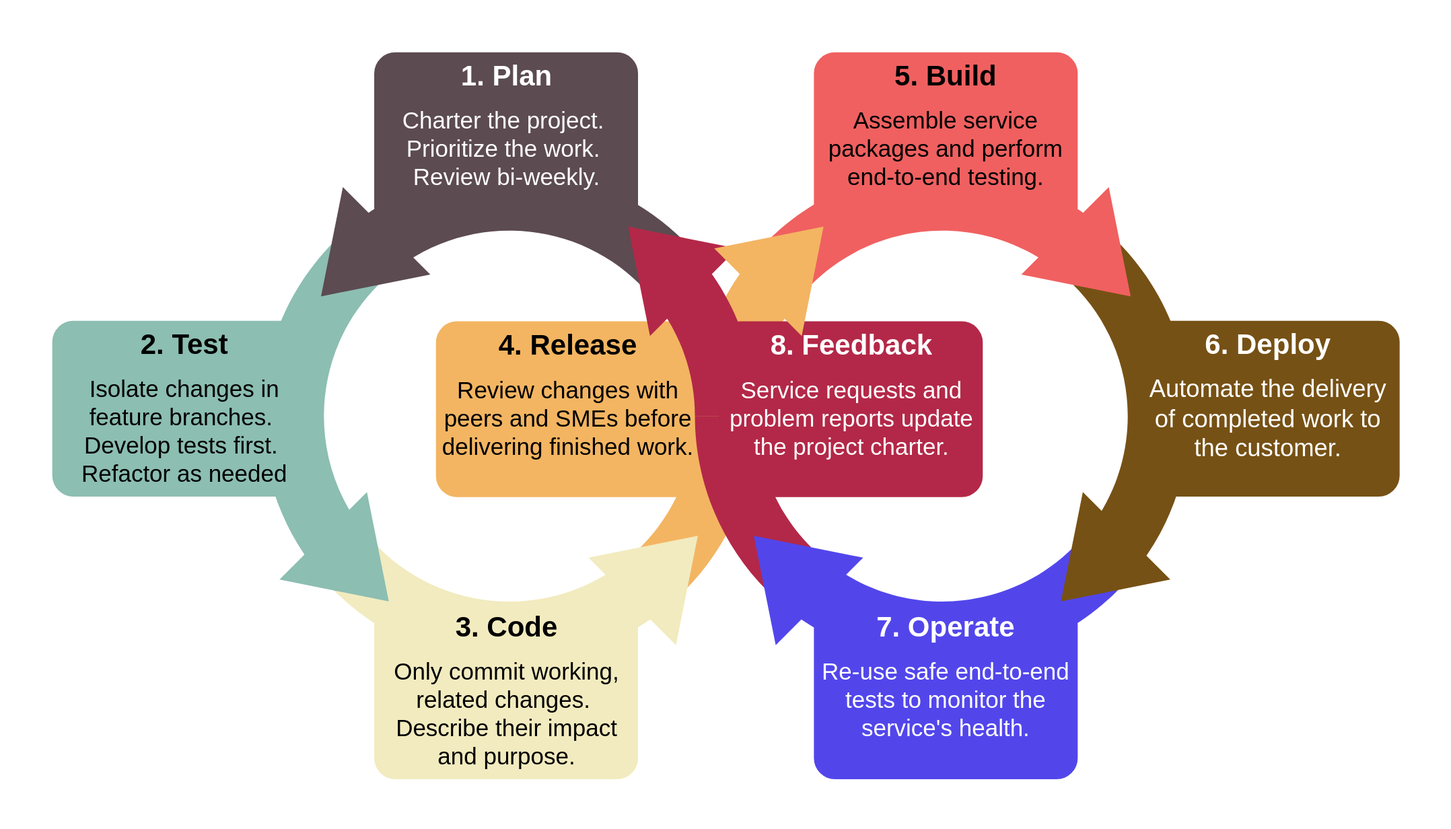
Before: docs/_static/devops-process.svg, a diagram exported from draw.io (ResearchDataCom/good-devops-practice). Source tidied: cells renumbered, new cells last; positions are measured from the earlier drawing's top-left corner, leaving out a move shared by most shapes.
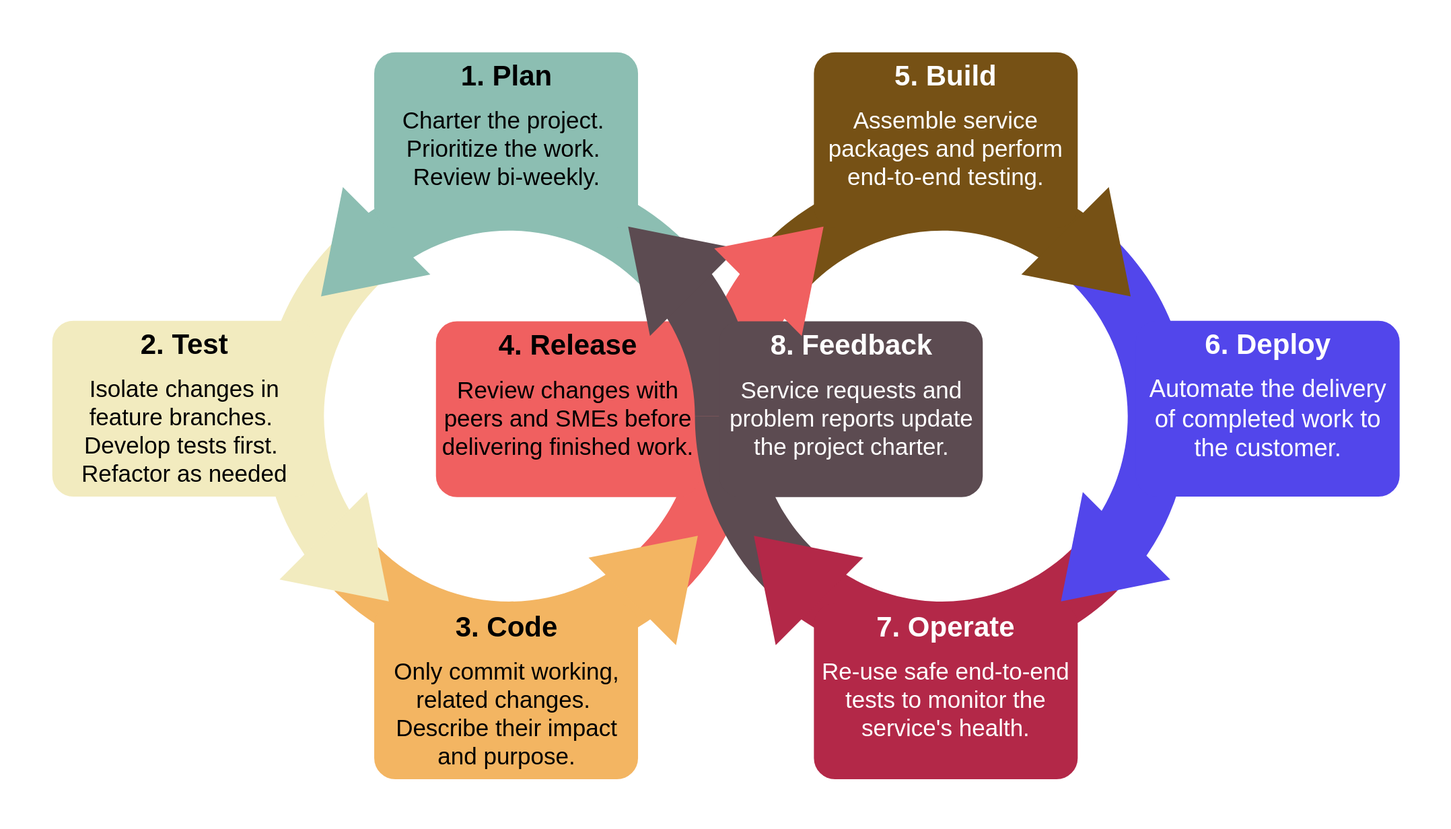
Above is the later version.

Commit message:
fix: remove light-dark CSS functions not currently supported by CairoSVG

Draw.io as of version 26.0.9 uses this function to automatically
invert text colors, which results in the `invalid literal for int()
with base 16: 'ig'` ValueError when rinohtype invokes CairoSVG to
render the diagram during PDF generation;
cf. https://github.com/canonical/real-time-ubuntu-docs/issues/84#issuecomment-2630601840.

The edit, as a diff of the source:
```diff
@@ -8,82 +8,82 @@
     <mxCell id="3" style="group;" parent="1" vertex="1">
       <mxGeometry x="277.7" y="178.7" width="984.4" height="648" as="geometry" />
     </mxCell>
-    <mxCell id="4" style="verticalLabelPosition=bottom;verticalAlign=top;html=1;shape=mxgraph.basic.partConcEllipse;startAngle=0.375;endAngle=0.625;arcWidth=0.25;fillColor=#F2EBBF;strokeColor=none;" parent="3" vertex="1">
+    <mxCell id="4" style="verticalLabelPosition=bottom;verticalAlign=top;html=1;shape=mxgraph.basic.partConcEllipse;startAngle=0.375;endAngle=0.625;arcWidth=0.25;fillColor=#F3B562;strokeColor=none;" parent="3" vertex="1">
       <mxGeometry width="525" height="525" as="geometry" />
     </mxCell>
-    <mxCell id="5" style="verticalLabelPosition=bottom;verticalAlign=top;html=1;shape=mxgraph.basic.partConcEllipse;startAngle=0.875;endAngle=0.125;arcWidth=0.25;fillColor=#5C4B51;strokeColor=none;" parent="3" vertex="1">
+    <mxCell id="5" style="verticalLabelPosition=bottom;verticalAlign=top;html=1;shape=mxgraph.basic.partConcEllipse;startAngle=0.875;endAngle=0.125;arcWidth=0.25;fillColor=#8CBEB2;strokeColor=none;" parent="3" vertex="1">
       <mxGeometry width="525" height="525" as="geometry" />
     </mxCell>
-    <mxCell id="6" style="verticalLabelPosition=bottom;verticalAlign=top;html=1;shape=mxgraph.basic.partConcEllipse;startAngle=0.625;endAngle=0.875;arcWidth=0.25;fillColor=#8CBEB2;strokeColor=none;" parent="3" vertex="1">
+    <mxCell id="6" style="verticalLabelPosition=bottom;verticalAlign=top;html=1;shape=mxgraph.basic.partConcEllipse;startAngle=0.625;endAngle=0.875;arcWidth=0.25;fillColor=#F2EBBF;strokeColor=none;" parent="3" vertex="1">
       <mxGeometry width="525" height="525" as="geometry" />
     </mxCell>
-    <mxCell id="7" style="verticalLabelPosition=bottom;verticalAlign=top;html=1;shape=mxgraph.basic.partConcEllipse;startAngle=0.125;endAngle=0.375;arcWidth=0.25;fillColor=#765115;strokeColor=none;" parent="3" vertex="1">
+    <mxCell id="7" style="verticalLabelPosition=bottom;verticalAlign=top;html=1;shape=mxgraph.basic.partConcEllipse;startAngle=0.125;endAngle=0.375;arcWidth=0.25;fillColor=#5246EB;strokeColor=none;" parent="3" vertex="1">
       <mxGeometry x="459.4" width="525" height="525" as="geometry" />
     </mxCell>
-    <mxCell id="8" style="verticalLabelPosition=bottom;verticalAlign=top;html=1;shape=mxgraph.basic.partConcEllipse;startAngle=0.75;endAngle=0.875;arcWidth=0.25;fillColor=#F3B562;strokeColor=none;" parent="3" vertex="1">
+    <mxCell id="8" style="verticalLabelPosition=bottom;verticalAlign=top;html=1;shape=mxgraph.basic.partConcEllipse;startAngle=0.75;endAngle=0.875;arcWidth=0.25;fillColor=#F06060;strokeColor=none;" parent="3" vertex="1">
       <mxGeometry x="459.4" width="525" height="525" as="geometry" />
     </mxCell>
-    <mxCell id="9" style="verticalLabelPosition=bottom;verticalAlign=top;html=1;shape=mxgraph.basic.partConcEllipse;startAngle=0.875;endAngle=0.125;arcWidth=0.25;fillColor=#F06060;strokeColor=none;" parent="3" vertex="1">
+    <mxCell id="9" style="verticalLabelPosition=bottom;verticalAlign=top;html=1;shape=mxgraph.basic.partConcEllipse;startAngle=0.875;endAngle=0.125;arcWidth=0.25;fillColor=#765115;strokeColor=none;" parent="3" vertex="1">
       <mxGeometry x="459.4" width="525" height="525" as="geometry" />
     </mxCell>
-    <mxCell id="10" style="verticalLabelPosition=bottom;verticalAlign=top;html=1;shape=mxgraph.basic.partConcEllipse;startAngle=0.25;endAngle=0.375;arcWidth=0.25;fillColor=#F3B562;strokeColor=none;" parent="3" vertex="1">
+    <mxCell id="10" style="verticalLabelPosition=bottom;verticalAlign=top;html=1;shape=mxgraph.basic.partConcEllipse;startAngle=0.25;endAngle=0.375;arcWidth=0.25;fillColor=#F06060;strokeColor=none;" parent="3" vertex="1">
       <mxGeometry width="525" height="525" as="geometry" />
     </mxCell>
-    <mxCell id="11" style="verticalLabelPosition=bottom;verticalAlign=top;html=1;shape=mxgraph.basic.partConcEllipse;startAngle=0.375;endAngle=0.625;arcWidth=0.25;fillColor=#5246EB;strokeColor=none;" parent="3" vertex="1">
+    <mxCell id="11" style="verticalLabelPosition=bottom;verticalAlign=top;html=1;shape=mxgraph.basic.partConcEllipse;startAngle=0.375;endAngle=0.625;arcWidth=0.25;fillColor=#B32848;strokeColor=none;" parent="3" vertex="1">
       <mxGeometry x="459.4" width="525" height="525" as="geometry" />
     </mxCell>
-    <mxCell id="12" style="triangle;whiteSpace=wrap;html=1;strokeColor=none;rotation=135;fillColor=#5C4B51;" parent="3" vertex="1">
+    <mxCell id="12" style="triangle;whiteSpace=wrap;html=1;strokeColor=none;rotation=135;fillColor=#8CBEB2;" parent="3" vertex="1">
       <mxGeometry x="48.1" y="35" width="98.4" height="131.2" as="geometry" />
     </mxCell>
-    <mxCell id="13" style="triangle;whiteSpace=wrap;html=1;strokeColor=none;rotation=-45;fillColor=#F2EBBF;" parent="3" vertex="1">
+    <mxCell id="13" style="triangle;whiteSpace=wrap;html=1;strokeColor=none;rotation=-45;fillColor=#F3B562;" parent="3" vertex="1">
       <mxGeometry x="378.4" y="358.8" width="98.4" height="131.2" as="geometry" />
     </mxCell>
-    <mxCell id="14" style="triangle;whiteSpace=wrap;html=1;strokeColor=none;rotation=45;fillColor=#F06060;" parent="3" vertex="1">
+    <mxCell id="14" style="triangle;whiteSpace=wrap;html=1;strokeColor=none;rotation=45;fillColor=#765115;" parent="3" vertex="1">
       <mxGeometry x="837.8" y="35" width="98.4" height="131.2" as="geometry" />
     </mxCell>
-    <mxCell id="15" value="&lt;font style=&quot;color: rgb(0, 0, 0);&quot;&gt;&lt;font style=&quot;font-size: 30px;&quot;&gt;&lt;font style=&quot;&quot;&gt;&lt;b style=&quot;&quot;&gt;4. Release&lt;/b&gt;&lt;/font&gt;&lt;br&gt;&lt;/font&gt;&lt;br&gt;&lt;font style=&quot;font-size: 25px;&quot;&gt;Review changes with peers and SMEs before delivering finished work.&lt;/font&gt;&lt;/font&gt;" style="rounded=1;strokeColor=none;fillColor=#F3B562;align=center;arcSize=12;verticalAlign=top;whiteSpace=wrap;html=1;fontSize=12;" parent="3" vertex="1">
+    <mxCell id="15" value="&lt;font style=&quot;&quot;&gt;&lt;font style=&quot;font-size: 30px;&quot;&gt;&lt;font style=&quot;&quot;&gt;&lt;b style=&quot;&quot;&gt;4. Release&lt;/b&gt;&lt;/font&gt;&lt;br&gt;&lt;/font&gt;&lt;br&gt;&lt;font style=&quot;font-size: 25px;&quot;&gt;Review changes with peers and SMEs before delivering finished work.&lt;/font&gt;&lt;/font&gt;" style="rounded=1;strokeColor=none;fillColor=#F06060;align=center;arcSize=12;verticalAlign=top;whiteSpace=wrap;html=1;fontSize=12;fontColor=#000000;" parent="3" vertex="1">
       <mxGeometry x="184.5" y="161.9" width="280" height="186.7" as="geometry" />
     </mxCell>
-    <mxCell id="16" style="triangle;whiteSpace=wrap;html=1;strokeColor=none;rotation=135;fillColor=#765115;" parent="3" vertex="1">
+    <mxCell id="16" style="triangle;whiteSpace=wrap;html=1;strokeColor=none;rotation=135;fillColor=#5246EB;" parent="3" vertex="1">
       <mxGeometry x="833.5" y="358.8" width="98.4" height="131.2" as="geometry" />
     </mxCell>
-    <mxCell id="17" style="verticalLabelPosition=bottom;verticalAlign=top;html=1;shape=mxgraph.basic.partConcEllipse;startAngle=0.125;endAngle=0.25;arcWidth=0.25;fillColor=#B32848;strokeColor=none;" parent="3" vertex="1">
+    <mxCell id="17" style="verticalLabelPosition=bottom;verticalAlign=top;html=1;shape=mxgraph.basic.partConcEllipse;startAngle=0.125;endAngle=0.25;arcWidth=0.25;fillColor=#5C4B51;strokeColor=none;" parent="3" vertex="1">
       <mxGeometry width="525" height="525" as="geometry" />
     </mxCell>
-    <mxCell id="18" style="verticalLabelPosition=bottom;verticalAlign=top;html=1;shape=mxgraph.basic.partConcEllipse;startAngle=0.625;endAngle=0.75;arcWidth=0.25;fillColor=#B32848;strokeColor=none;" parent="3" vertex="1">
+    <mxCell id="18" style="verticalLabelPosition=bottom;verticalAlign=top;html=1;shape=mxgraph.basic.partConcEllipse;startAngle=0.625;endAngle=0.75;arcWidth=0.25;fillColor=#5C4B51;strokeColor=none;" parent="3" vertex="1">
       <mxGeometry x="459.4" width="525" height="525" as="geometry" />
     </mxCell>
-    <mxCell id="19" style="triangle;whiteSpace=wrap;html=1;strokeColor=none;rotation=-135;fillColor=#5246EB;" parent="3" vertex="1">
+    <mxCell id="19" style="triangle;whiteSpace=wrap;html=1;strokeColor=none;rotation=-135;fillColor=#B32848;" parent="3" vertex="1">
       <mxGeometry x="507.5" y="358.8" width="98.4" height="131.2" as="geometry" />
     </mxCell>
-    <mxCell id="20" style="triangle;whiteSpace=wrap;html=1;strokeColor=none;rotation=-135;fillColor=#B32848;" parent="3" vertex="1">
+    <mxCell id="20" style="triangle;whiteSpace=wrap;html=1;strokeColor=none;rotation=-135;fillColor=#5C4B51;" parent="3" vertex="1">
       <mxGeometry x="374.1" y="30.6" width="98.4" height="131.2" as="geometry" />
     </mxCell>
-    <mxCell id="21" value="&lt;font style=&quot;color: rgb(255, 255, 255);&quot;&gt;&lt;font style=&quot;&quot;&gt;&lt;font style=&quot;font-size: 30px;&quot;&gt;&lt;font style=&quot;&quot;&gt;&lt;b style=&quot;&quot;&gt;8. Feedback&lt;/b&gt;&lt;/font&gt;&lt;br&gt;&lt;/font&gt;&lt;/font&gt;&lt;font style=&quot;font-size: 10px;&quot;&gt;&lt;br&gt;&lt;/font&gt;&lt;/font&gt;&lt;div&gt;&lt;font style=&quot;color: rgb(255, 255, 255);&quot;&gt;&lt;font style=&quot;font-size: 25px;&quot;&gt;Service requests and problem reports update the project charter.&lt;/font&gt;&lt;/font&gt;&lt;/div&gt;" style="rounded=1;strokeColor=none;fillColor=#B32848;align=center;arcSize=12;verticalAlign=top;whiteSpace=wrap;html=1;fontSize=12;glass=0;" parent="3" vertex="1">
+    <mxCell id="21" value="&lt;font style=&quot;&quot;&gt;&lt;font style=&quot;&quot;&gt;&lt;font style=&quot;font-size: 30px;&quot;&gt;&lt;font style=&quot;&quot;&gt;&lt;b style=&quot;&quot;&gt;8. Feedback&lt;/b&gt;&lt;/font&gt;&lt;br&gt;&lt;/font&gt;&lt;/font&gt;&lt;font style=&quot;font-size: 10px;&quot;&gt;&lt;br&gt;&lt;/font&gt;&lt;/font&gt;&lt;div&gt;&lt;font style=&quot;&quot;&gt;&lt;font style=&quot;font-size: 25px;&quot;&gt;Service requests and problem reports update the project charter.&lt;/font&gt;&lt;/font&gt;&lt;/div&gt;" style="rounded=1;strokeColor=none;fillColor=#5C4B51;align=center;arcSize=12;verticalAlign=top;whiteSpace=wrap;html=1;fontSize=12;glass=0;fontColor=#FFFFFF;" parent="3" vertex="1">
       <mxGeometry x="484.9" y="161.9" width="280" height="186.7" as="geometry" />
     </mxCell>
-    <mxCell id="22" style="triangle;whiteSpace=wrap;html=1;strokeColor=none;rotation=-45;fillColor=#F3B562;" parent="3" vertex="1">
+    <mxCell id="22" style="triangle;whiteSpace=wrap;html=1;strokeColor=none;rotation=-45;fillColor=#F06060;" parent="3" vertex="1">
       <mxGeometry x="511.9" y="30.6" width="98.4" height="131.2" as="geometry" />
     </mxCell>
-    <mxCell id="23" style="triangle;whiteSpace=wrap;html=1;strokeColor=none;rotation=45;fillColor=#8CBEB2;" parent="3" vertex="1">
+    <mxCell id="23" style="triangle;whiteSpace=wrap;html=1;strokeColor=none;rotation=45;fillColor=#F2EBBF;" parent="3" vertex="1">
       <mxGeometry x="50.5" y="358.7" width="98.4" height="131.2" as="geometry" />
     </mxCell>
-    <mxCell id="24" value="&lt;font style=&quot;color: rgb(0, 0, 0);&quot;&gt;&lt;font style=&quot;font-size: 30px;&quot;&gt;&lt;font style=&quot;&quot;&gt;&lt;b style=&quot;&quot;&gt;3. Code&lt;/b&gt;&lt;/font&gt;&lt;br&gt;&lt;/font&gt;&lt;br&gt;&lt;font style=&quot;font-size: 25px;&quot;&gt;Only commit working, related changes.&amp;nbsp; Describe their impact&lt;br&gt;and purpose.&lt;/font&gt;&lt;/font&gt;" style="rounded=1;strokeColor=none;fillColor=#F2EBBF;align=center;arcSize=12;verticalAlign=top;whiteSpace=wrap;html=1;fontSize=12;" parent="3" vertex="1">
+    <mxCell id="24" value="&lt;font style=&quot;&quot;&gt;&lt;font style=&quot;font-size: 30px;&quot;&gt;&lt;font style=&quot;&quot;&gt;&lt;b style=&quot;&quot;&gt;3. Code&lt;/b&gt;&lt;/font&gt;&lt;br&gt;&lt;/font&gt;&lt;br&gt;&lt;font style=&quot;font-size: 25px;&quot;&gt;Only commit working, related changes.&amp;nbsp; Describe their impact&lt;br&gt;and purpose.&lt;/font&gt;&lt;/font&gt;" style="rounded=1;strokeColor=none;fillColor=#F3B562;align=center;arcSize=12;verticalAlign=top;whiteSpace=wrap;html=1;fontSize=12;fontColor=#000000;" parent="3" vertex="1">
       <mxGeometry x="119" y="461.3" width="280" height="186.7" as="geometry" />
     </mxCell>
-    <mxCell id="25" value="&lt;font style=&quot;color: rgb(255, 255, 255);&quot;&gt;&lt;font style=&quot;font-size: 30px;&quot;&gt;&lt;font style=&quot;&quot;&gt;&lt;b style=&quot;&quot;&gt;7. Operate&lt;/b&gt;&lt;/font&gt;&lt;br&gt;&lt;/font&gt;&lt;br&gt;&lt;font style=&quot;font-size: 25px;&quot;&gt;Re-use safe end-to-end tests to monitor the service's health.&lt;/font&gt;&lt;/font&gt;" style="rounded=1;strokeColor=none;fillColor=#5246EB;align=center;arcSize=12;verticalAlign=top;whiteSpace=wrap;html=1;fontSize=12;" parent="3" vertex="1">
+    <mxCell id="25" value="&lt;font style=&quot;&quot;&gt;&lt;font style=&quot;font-size: 30px;&quot;&gt;&lt;font style=&quot;&quot;&gt;&lt;b style=&quot;&quot;&gt;7. Operate&lt;/b&gt;&lt;/font&gt;&lt;br&gt;&lt;/font&gt;&lt;br&gt;&lt;font style=&quot;font-size: 25px;&quot;&gt;Re-use safe end-to-end tests to monitor the service's health.&lt;/font&gt;&lt;/font&gt;" style="rounded=1;strokeColor=none;fillColor=#B32848;align=center;arcSize=12;verticalAlign=top;whiteSpace=wrap;html=1;fontSize=12;fontColor=#FFFFFF;" parent="3" vertex="1">
       <mxGeometry x="585.7" y="461.3" width="280" height="186.7" as="geometry" />
     </mxCell>
-    <mxCell id="26" value="&lt;font style=&quot;color: rgb(255, 255, 255);&quot;&gt;&lt;font style=&quot;font-size: 30px;&quot;&gt;&lt;font style=&quot;&quot;&gt;&lt;b style=&quot;&quot;&gt;1. Plan&lt;/b&gt;&lt;/font&gt;&lt;br&gt;&lt;/font&gt;&lt;br&gt;&lt;font style=&quot;font-size: 25px;&quot;&gt;Charter the project.&amp;nbsp; Prioritize the work.&amp;nbsp; Review bi-weekly.&lt;/font&gt;&lt;/font&gt;" style="rounded=1;strokeColor=none;fillColor=#5C4B51;align=center;arcSize=12;verticalAlign=top;whiteSpace=wrap;html=1;fontSize=12;" parent="1" vertex="1">
+    <mxCell id="26" value="&lt;font style=&quot;&quot;&gt;&lt;font style=&quot;font-size: 30px;&quot;&gt;&lt;font style=&quot;&quot;&gt;&lt;b style=&quot;&quot;&gt;1. Plan&lt;/b&gt;&lt;/font&gt;&lt;br&gt;&lt;/font&gt;&lt;br&gt;&lt;font style=&quot;font-size: 25px;&quot;&gt;Charter the project.&amp;nbsp; Prioritize the work.&amp;nbsp; Review bi-weekly.&lt;/font&gt;&lt;/font&gt;" style="rounded=1;strokeColor=none;fillColor=#8CBEB2;align=center;arcSize=12;verticalAlign=top;whiteSpace=wrap;html=1;fontSize=12;fontColor=#000000;" parent="1" vertex="1">
       <mxGeometry x="396.7" y="55" width="280" height="186.7" as="geometry" />
     </mxCell>
-    <mxCell id="27" value="&lt;font style=&quot;color: rgb(255, 255, 255);&quot;&gt;&lt;font style=&quot;font-size: 30px;&quot;&gt;&lt;font style=&quot;&quot;&gt;&lt;b style=&quot;&quot;&gt;6. Deploy&lt;/b&gt;&lt;/font&gt;&lt;br&gt;&lt;/font&gt;&lt;br&gt;&lt;span style=&quot;font-size: 26px;&quot;&gt;Automate the delivery of completed work to the customer.&lt;/span&gt;&lt;/font&gt;" style="rounded=1;strokeColor=none;fillColor=#765115;align=center;arcSize=12;verticalAlign=top;whiteSpace=wrap;html=1;fontSize=12;" parent="1" vertex="1">
+    <mxCell id="27" value="&lt;font style=&quot;&quot;&gt;&lt;font style=&quot;font-size: 30px;&quot;&gt;&lt;font style=&quot;&quot;&gt;&lt;b style=&quot;&quot;&gt;6. Deploy&lt;/b&gt;&lt;/font&gt;&lt;br&gt;&lt;/font&gt;&lt;br&gt;&lt;span style=&quot;font-size: 26px;&quot;&gt;Automate the delivery of completed work to the customer.&lt;/span&gt;&lt;/font&gt;" style="rounded=1;strokeColor=none;fillColor=#5246EB;align=center;arcSize=12;verticalAlign=top;whiteSpace=wrap;html=1;fontSize=12;fontColor=#FFFFFF;" parent="1" vertex="1">
       <mxGeometry x="1205" y="340" width="280" height="186.7" as="geometry" />
     </mxCell>
-    <mxCell id="28" value="&lt;font style=&quot;color: rgb(0, 0, 0);&quot;&gt;&lt;font style=&quot;font-size: 30px;&quot;&gt;&lt;font style=&quot;&quot;&gt;&lt;b style=&quot;&quot;&gt;5. Build&lt;/b&gt;&lt;/font&gt;&lt;br&gt;&lt;/font&gt;&lt;br&gt;&lt;font style=&quot;font-size: 25px;&quot;&gt;Assemble service packages and perform end-to-end testing.&lt;/font&gt;&lt;/font&gt;" style="rounded=1;strokeColor=none;fillColor=#F06060;align=center;arcSize=12;verticalAlign=top;whiteSpace=wrap;html=1;fontSize=12;" parent="1" vertex="1">
+    <mxCell id="28" value="&lt;font style=&quot;&quot;&gt;&lt;font style=&quot;font-size: 30px;&quot;&gt;&lt;font style=&quot;&quot;&gt;&lt;b style=&quot;&quot;&gt;5. Build&lt;/b&gt;&lt;/font&gt;&lt;br&gt;&lt;/font&gt;&lt;br&gt;&lt;font style=&quot;font-size: 25px;&quot;&gt;Assemble service packages and perform end-to-end testing.&lt;/font&gt;&lt;/font&gt;" style="rounded=1;strokeColor=none;fillColor=#765115;align=center;arcSize=12;verticalAlign=top;whiteSpace=wrap;html=1;fontSize=12;fontColor=#FFFFFF;" parent="1" vertex="1">
       <mxGeometry x="863.3" y="55" width="280" height="186.7" as="geometry" />
     </mxCell>
-    <mxCell id="29" value="&lt;font style=&quot;color: rgb(0, 0, 0);&quot;&gt;&lt;b style=&quot;&quot;&gt;&lt;font style=&quot;font-size: 30px;&quot;&gt;&lt;font style=&quot;&quot;&gt;2. Test&lt;/font&gt;&lt;br&gt;&lt;/font&gt;&lt;/b&gt;&lt;br&gt;&lt;span style=&quot;font-size: 25px;&quot;&gt;Isolate changes in feature branches.&amp;nbsp; Develop&amp;nbsp;tests first.&amp;nbsp; Refactor as needed&lt;/span&gt;&lt;/font&gt;" style="rounded=1;strokeColor=none;fillColor=#8CBEB2;align=center;arcSize=12;verticalAlign=top;whiteSpace=wrap;html=1;fontSize=12;" parent="1" vertex="1">
+    <mxCell id="29" value="&lt;font style=&quot;&quot;&gt;&lt;b style=&quot;&quot;&gt;&lt;font style=&quot;font-size: 30px;&quot;&gt;&lt;font style=&quot;&quot;&gt;2. Test&lt;/font&gt;&lt;br&gt;&lt;/font&gt;&lt;/b&gt;&lt;br&gt;&lt;span style=&quot;font-size: 25px;&quot;&gt;Isolate changes in feature branches.&amp;nbsp; Develop&amp;nbsp;tests first.&amp;nbsp; Refactor as needed&lt;/span&gt;&lt;/font&gt;" style="rounded=1;strokeColor=none;fillColor=#F2EBBF;align=center;arcSize=12;verticalAlign=top;whiteSpace=wrap;html=1;fontSize=12;fontColor=#000000;" parent="1" vertex="1">
       <mxGeometry x="55" y="340" width="280" height="186.7" as="geometry" />
     </mxCell>
   </root>
```
